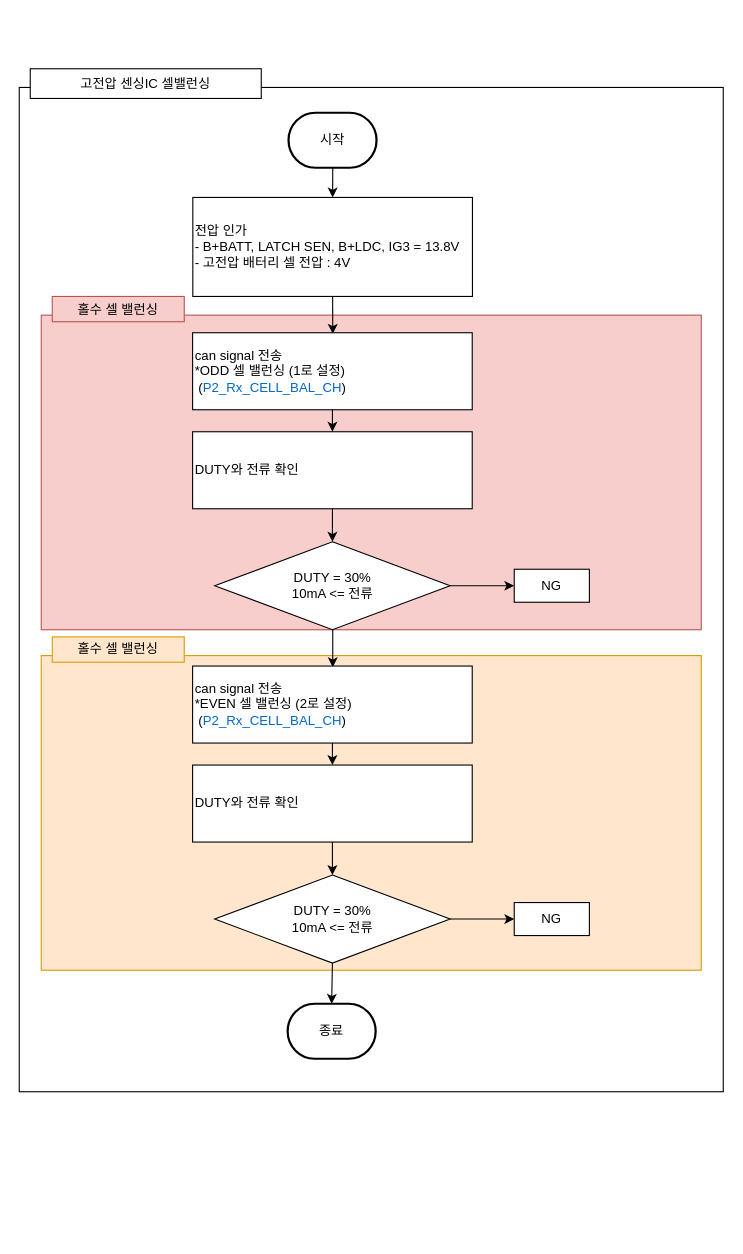
chaeyoonl/state-transition-diagram-test keeps this draw.io diagram as 고전압 센싱IC 셀밸런싱.drawio. Above is the earlier version. Source tidied: cells renumbered, new cells numbered last; positions are measured from the earlier drawing's top-left corner, leaving out a move shared by most shapes. Both pictures are drawn from the tidied source at 110%, with x=0, y=0 at pixel (19, 68).
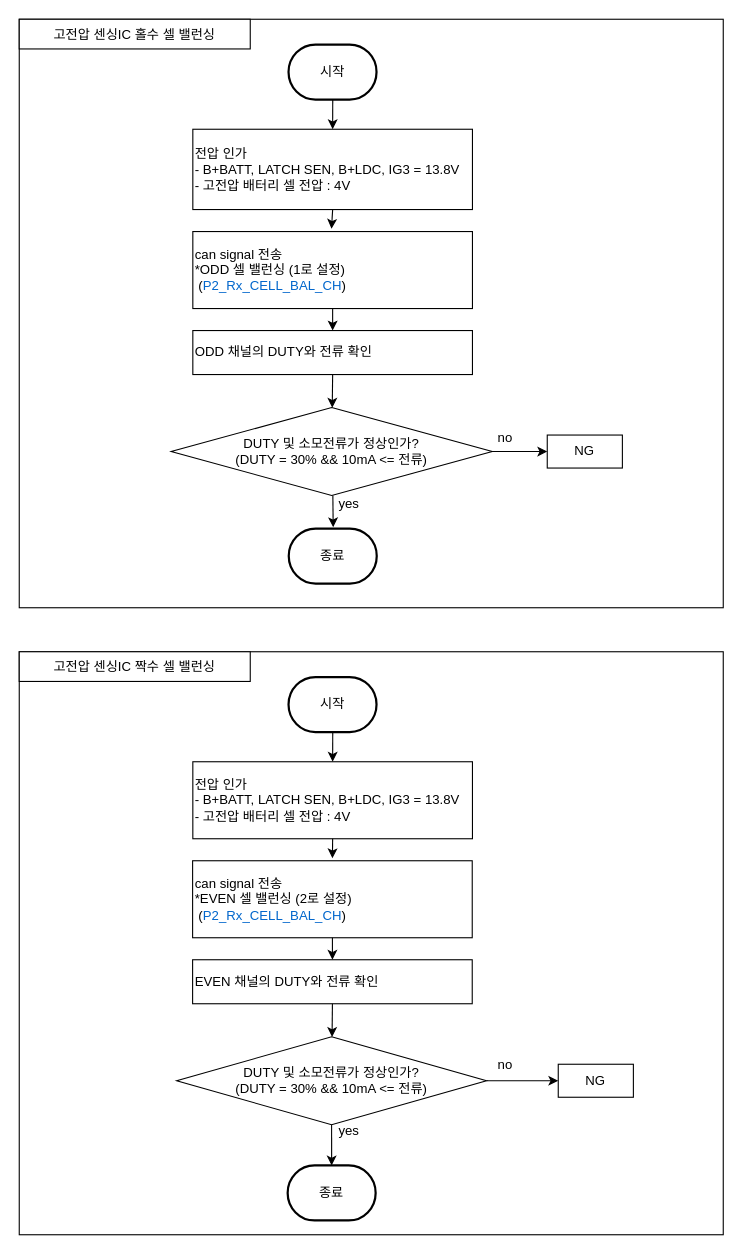
Above is the later version.

Commit message:
고전압 센싱IC 셀밸런싱.drawio 업데이트

Change to the diagram source:
```diff
@@
     <mxCell id="2" style="rounded=0;whiteSpace=wrap;html=1;align=left;" parent="1" vertex="1">
-      <mxGeometry y="17" width="640" height="913" as="geometry" />
+      <mxGeometry y="-45" width="640" height="535" as="geometry" />
     </mxCell>
-    <mxCell id="3" value="고전압 센싱IC 셀밸런싱" style="rounded=0;whiteSpace=wrap;html=1;align=center;" parent="1" vertex="1">
-      <mxGeometry x="10" width="210" height="27" as="geometry" />
+    <mxCell id="3" value="고전압 센싱IC 홀수 셀 밸런싱" style="rounded=0;whiteSpace=wrap;html=1;align=center;" parent="1" vertex="1">
+      <mxGeometry y="-45" width="210" height="27" as="geometry" />
     </mxCell>
-    <mxCell id="4" style="rounded=0;whiteSpace=wrap;html=1;align=left;fillColor=#f8cecc;strokeColor=#b85450;" parent="1" vertex="1">
-      <mxGeometry x="20" y="224" width="600" height="286" as="geometry" />
-    </mxCell>
-    <mxCell id="5" value="홀수 셀 밸런싱" style="rounded=0;whiteSpace=wrap;html=1;align=center;fillColor=#f8cecc;strokeColor=#b85450;" parent="1" vertex="1">
-      <mxGeometry x="30" y="207" width="120" height="23" as="geometry" />
-    </mxCell>
     <mxCell id="6" value="시작" style="strokeWidth=2;html=1;shape=mxgraph.flowchart.terminator;whiteSpace=wrap;" parent="1" vertex="1">
-      <mxGeometry x="244.8" y="40" width="80" height="50" as="geometry" />
+      <mxGeometry x="244.8" y="-22" width="80" height="50" as="geometry" />
     </mxCell>
     <mxCell id="7" value="전압 인가&lt;br&gt;- B+BATT, LATCH SEN, B+LDC, IG3 = 13.8V&lt;br&gt;- 고전압 배터리 셀 전압 : 4V" style="rounded=0;whiteSpace=wrap;html=1;align=left;" parent="1" vertex="1">
-      <mxGeometry x="157.8" y="117" width="254.2" height="90" as="geometry" />
+      <mxGeometry x="157.8" y="55" width="254.2" height="73" as="geometry" />
     </mxCell>
     <mxCell id="8" style="endArrow=classic;html=1;rounded=0;exitX=0.5;exitY=1;exitDx=0;exitDy=0;exitPerimeter=0;entryX=0.5;entryY=0;entryDx=0;entryDy=0;" parent="1" edge="1" target="7">
       <mxGeometry relative="1" as="geometry">
-        <mxPoint x="285" y="90" as="sourcePoint" />
+        <mxPoint x="285" y="28" as="sourcePoint" />
       </mxGeometry>
     </mxCell>
-    <mxCell id="9" style="endArrow=classic;html=1;rounded=0;exitX=0.5;exitY=1;exitDx=0;exitDy=0;" parent="1" edge="1" source="7">
-      <mxGeometry relative="1" as="geometry">
-        <mxPoint x="285" y="241" as="targetPoint" />
-      </mxGeometry>
+    <mxCell id="9" style="endArrow=classic;html=1;rounded=0;exitX=0.5;exitY=1;exitDx=0;exitDy=0;entryX=0.496;entryY=-0.036;entryDx=0;entryDy=0;entryPerimeter=0;" parent="1" edge="1" source="7" target="10">
+      <mxGeometry relative="1" as="geometry" />
     </mxCell>
     <mxCell id="10" value="can signal 전송&lt;br&gt;*ODD 셀 밸런싱 (1로 설정)&lt;br&gt;&amp;nbsp;(&lt;font color=&quot;#0066cc&quot;&gt;P2_Rx_CELL_BAL_CH&lt;/font&gt;)" style="rounded=0;whiteSpace=wrap;html=1;align=left;" parent="1" vertex="1">
-      <mxGeometry x="157.6" y="240" width="254.2" height="70" as="geometry" />
+      <mxGeometry x="157.8" y="148" width="254.2" height="70" as="geometry" />
     </mxCell>
-    <mxCell id="11" value="DUTY와 전류 확인" style="rounded=0;whiteSpace=wrap;html=1;align=left;" parent="1" vertex="1">
-      <mxGeometry x="157.6" y="330" width="254.2" height="70" as="geometry" />
+    <mxCell id="11" value="ODD 채널의 DUTY와 전류 확인" style="rounded=0;whiteSpace=wrap;html=1;align=left;" parent="1" vertex="1">
+      <mxGeometry x="157.8" y="238" width="254.2" height="40" as="geometry" />
     </mxCell>
@@
-    <mxCell id="13" style="rounded=0;whiteSpace=wrap;html=1;align=left;fillColor=#ffe6cc;strokeColor=#d79b00;" parent="1" vertex="1">
-      <mxGeometry x="20" y="533.5" width="600" height="286" as="geometry" />
-    </mxCell>
-    <mxCell id="14" value="홀수 셀 밸런싱" style="rounded=0;whiteSpace=wrap;html=1;align=center;fillColor=#ffe6cc;strokeColor=#d79b00;" parent="1" vertex="1">
-      <mxGeometry x="30" y="516.5" width="120" height="23" as="geometry" />
-    </mxCell>
-    <mxCell id="15" value="DUTY = 30%&lt;br&gt;10mA &amp;lt;= 전류" style="rhombus;whiteSpace=wrap;html=1;" parent="1" vertex="1">
-      <mxGeometry x="177.7" y="430" width="214" height="80" as="geometry" />
+    <mxCell id="15" value="DUTY 및 소모전류가 정상인가?&lt;br&gt;(DUTY = 30% &amp;amp;&amp;amp;&amp;nbsp;10mA &amp;lt;= 전류)" style="rhombus;whiteSpace=wrap;html=1;" parent="1" vertex="1">
+      <mxGeometry x="138.1" y="308" width="291.9" height="80" as="geometry" />
     </mxCell>
     <mxCell id="16" value="NG" style="rounded=0;whiteSpace=wrap;html=1;align=center;" parent="1" vertex="1">
-      <mxGeometry x="450" y="455" width="68.3" height="30" as="geometry" />
+      <mxGeometry x="480" y="333" width="68.3" height="30" as="geometry" />
     </mxCell>
@@
-    <mxCell id="19" style="endArrow=classic;html=1;rounded=0;exitX=0.5;exitY=1;exitDx=0;exitDy=0;" parent="1" edge="1">
+    <mxCell id="19" style="endArrow=classic;html=1;rounded=0;exitX=0.5;exitY=1;exitDx=0;exitDy=0;entryX=0.505;entryY=-0.023;entryDx=0;entryDy=0;entryPerimeter=0;" parent="1" edge="1" target="27">
       <mxGeometry relative="1" as="geometry">
-        <mxPoint x="285" y="510" as="sourcePoint" />
-        <mxPoint x="285" y="544" as="targetPoint" />
+        <mxPoint x="285.1" y="388" as="sourcePoint" />
       </mxGeometry>
     </mxCell>
+    <mxCell id="27" value="종료" style="strokeWidth=2;html=1;shape=mxgraph.flowchart.terminator;whiteSpace=wrap;" parent="1" vertex="1">
+      <mxGeometry x="245" y="418" width="80" height="50" as="geometry" />
+    </mxCell>
+    <mxCell id="29" value="yes" style="text;html=1;strokeColor=none;fillColor=none;align=center;verticalAlign=middle;whiteSpace=wrap;rounded=0;" parent="1" vertex="1">
+      <mxGeometry x="270.1" y="381" width="60" height="30" as="geometry" />
+    </mxCell>
+    <mxCell id="30" value="no" style="text;html=1;strokeColor=none;fillColor=none;align=center;verticalAlign=middle;whiteSpace=wrap;rounded=0;" parent="1" vertex="1">
+      <mxGeometry x="411.9" y="320.5" width="60" height="30" as="geometry" />
+    </mxCell>
+    <mxCell id="31" style="rounded=0;whiteSpace=wrap;html=1;align=left;" parent="1" vertex="1">
+      <mxGeometry y="530" width="640" height="530" as="geometry" />
+    </mxCell>
+    <mxCell id="32" value="고전압 센싱IC 짝수 셀 밸런싱" style="rounded=0;whiteSpace=wrap;html=1;align=center;" parent="1" vertex="1">
+      <mxGeometry y="530" width="210" height="27" as="geometry" />
+    </mxCell>
+    <mxCell id="33" value="시작" style="strokeWidth=2;html=1;shape=mxgraph.flowchart.terminator;whiteSpace=wrap;" parent="1" vertex="1">
+      <mxGeometry x="244.8" y="553" width="80" height="50" as="geometry" />
+    </mxCell>
+    <mxCell id="34" value="전압 인가&lt;br&gt;- B+BATT, LATCH SEN, B+LDC, IG3 = 13.8V&lt;br&gt;- 고전압 배터리 셀 전압 : 4V" style="rounded=0;whiteSpace=wrap;html=1;align=left;" parent="1" vertex="1">
+      <mxGeometry x="157.8" y="630" width="254.2" height="70" as="geometry" />
+    </mxCell>
+    <mxCell id="35" style="endArrow=classic;html=1;rounded=0;exitX=0.5;exitY=1;exitDx=0;exitDy=0;exitPerimeter=0;entryX=0.5;entryY=0;entryDx=0;entryDy=0;" parent="1" edge="1" target="34">
+      <mxGeometry relative="1" as="geometry">
+        <mxPoint x="285" y="603" as="sourcePoint" />
+      </mxGeometry>
+    </mxCell>
+    <mxCell id="36" style="endArrow=classic;html=1;rounded=0;exitX=0.5;exitY=1;exitDx=0;exitDy=0;entryX=0.5;entryY=-0.032;entryDx=0;entryDy=0;entryPerimeter=0;" parent="1" edge="1" source="34" target="20">
+      <mxGeometry relative="1" as="geometry" />
+    </mxCell>
     <mxCell id="20" value="can signal 전송&lt;br&gt;*EVEN 셀 밸런싱 (2로 설정)&lt;br&gt;&amp;nbsp;(&lt;font color=&quot;#0066cc&quot;&gt;P2_Rx_CELL_BAL_CH&lt;/font&gt;)" style="rounded=0;whiteSpace=wrap;html=1;align=left;" parent="1" vertex="1">
-      <mxGeometry x="157.6" y="543" width="254.2" height="70" as="geometry" />
+      <mxGeometry x="157.6" y="720" width="254.2" height="70" as="geometry" />
     </mxCell>
-    <mxCell id="21" value="DUTY = 30%&lt;br&gt;10mA &amp;lt;= 전류" style="rhombus;whiteSpace=wrap;html=1;" parent="1" vertex="1">
-      <mxGeometry x="177.7" y="733" width="214" height="80" as="geometry" />
-    </mxCell>
-    <mxCell id="22" value="DUTY와 전류 확인" style="rounded=0;whiteSpace=wrap;html=1;align=left;" parent="1" vertex="1">
-      <mxGeometry x="157.6" y="633" width="254.2" height="70" as="geometry" />
-    </mxCell>
+    <mxCell id="37" value="DUTY 및 소모전류가 정상인가?&lt;br&gt;(DUTY = 30% &amp;amp;&amp;amp;&amp;nbsp;10mA &amp;lt;= 전류)" style="rhombus;whiteSpace=wrap;html=1;" parent="1" vertex="1">
+      <mxGeometry x="143.1" y="880" width="281.7" height="80" as="geometry" />
+    </mxCell>
+    <mxCell id="38" value="EVEN 채널의 DUTY와 전류 확인" style="rounded=0;whiteSpace=wrap;html=1;align=left;" parent="1" vertex="1">
+      <mxGeometry x="157.6" y="810" width="254.2" height="40" as="geometry" />
+    </mxCell>
     <mxCell id="23" value="NG" style="rounded=0;whiteSpace=wrap;html=1;align=center;" parent="1" vertex="1">
-      <mxGeometry x="450" y="758" width="68.3" height="30" as="geometry" />
+      <mxGeometry x="490" y="905" width="68.3" height="30" as="geometry" />
     </mxCell>
-    <mxCell id="24" style="endArrow=classic;html=1;rounded=0;exitX=0.5;exitY=1;exitDx=0;exitDy=0;" parent="1" edge="1" source="20" target="22">
-      <mxGeometry relative="1" as="geometry" />
-    </mxCell>
-    <mxCell id="25" style="endArrow=classic;html=1;rounded=0;exitX=0.5;exitY=1;exitDx=0;exitDy=0;" parent="1" edge="1" source="22" target="21">
-      <mxGeometry relative="1" as="geometry" />
-    </mxCell>
-    <mxCell id="26" style="endArrow=classic;html=1;rounded=0;exitX=1;exitY=0.5;exitDx=0;exitDy=0;entryX=0;entryY=0.5;entryDx=0;entryDy=0;" parent="1" edge="1" source="21" target="23">
-      <mxGeometry relative="1" as="geometry" />
-    </mxCell>
-    <mxCell id="27" value="종료" style="strokeWidth=2;html=1;shape=mxgraph.flowchart.terminator;whiteSpace=wrap;" parent="1" vertex="1">
-      <mxGeometry x="244" y="850" width="80" height="50" as="geometry" />
-    </mxCell>
-    <mxCell id="28" style="endArrow=classic;html=1;rounded=0;exitX=0.5;exitY=1;exitDx=0;exitDy=0;entryX=0.5;entryY=0;entryDx=0;entryDy=0;entryPerimeter=0;" parent="1" edge="1" source="21" target="27">
-      <mxGeometry relative="1" as="geometry" />
-    </mxCell>
+    <mxCell id="39" style="endArrow=classic;html=1;rounded=0;exitX=0.5;exitY=1;exitDx=0;exitDy=0;" parent="1" edge="1" source="20" target="38">
+      <mxGeometry relative="1" as="geometry" />
+    </mxCell>
+    <mxCell id="40" style="endArrow=classic;html=1;rounded=0;exitX=0.5;exitY=1;exitDx=0;exitDy=0;" parent="1" edge="1" source="38" target="37">
+      <mxGeometry relative="1" as="geometry" />
+    </mxCell>
+    <mxCell id="41" style="endArrow=classic;html=1;rounded=0;exitX=1;exitY=0.5;exitDx=0;exitDy=0;entryX=0;entryY=0.5;entryDx=0;entryDy=0;" parent="1" edge="1" source="37" target="23">
+      <mxGeometry relative="1" as="geometry" />
+    </mxCell>
+    <mxCell id="42" value="종료" style="strokeWidth=2;html=1;shape=mxgraph.flowchart.terminator;whiteSpace=wrap;" parent="1" vertex="1">
+      <mxGeometry x="244" y="997" width="80" height="50" as="geometry" />
+    </mxCell>
+    <mxCell id="43" style="endArrow=classic;html=1;rounded=0;exitX=0.5;exitY=1;exitDx=0;exitDy=0;entryX=0.5;entryY=0;entryDx=0;entryDy=0;entryPerimeter=0;" parent="1" edge="1" source="37" target="42">
+      <mxGeometry relative="1" as="geometry" />
+    </mxCell>
+    <mxCell id="44" value="yes" style="text;html=1;strokeColor=none;fillColor=none;align=center;verticalAlign=middle;whiteSpace=wrap;rounded=0;" parent="1" vertex="1">
+      <mxGeometry x="270" y="951" width="60" height="30" as="geometry" />
+    </mxCell>
+    <mxCell id="45" value="no" style="text;html=1;strokeColor=none;fillColor=none;align=center;verticalAlign=middle;whiteSpace=wrap;rounded=0;" parent="1" vertex="1">
+      <mxGeometry x="412" y="891" width="60" height="30" as="geometry" />
+    </mxCell>
```
